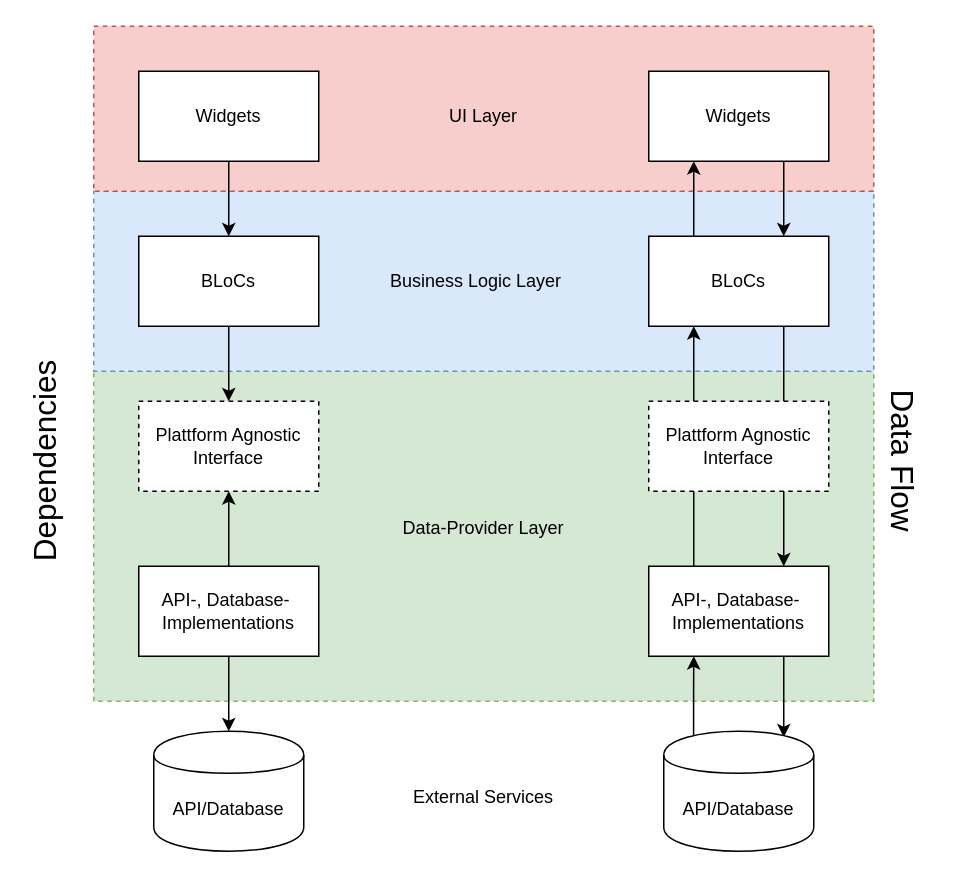
This is diagrams/bloc-my-layers.drawio from devonfw-forge/devon4flutter-non-bloc-arch, a draw.io file, before an edit. Source tidied: cells renumbered, new cells numbered last; positions are measured from the earlier drawing's top-left corner, leaving out a move shared by most shapes. Both pictures are drawn from the tidied source at 150%, with x=0, y=0 at pixel (-327, 26).
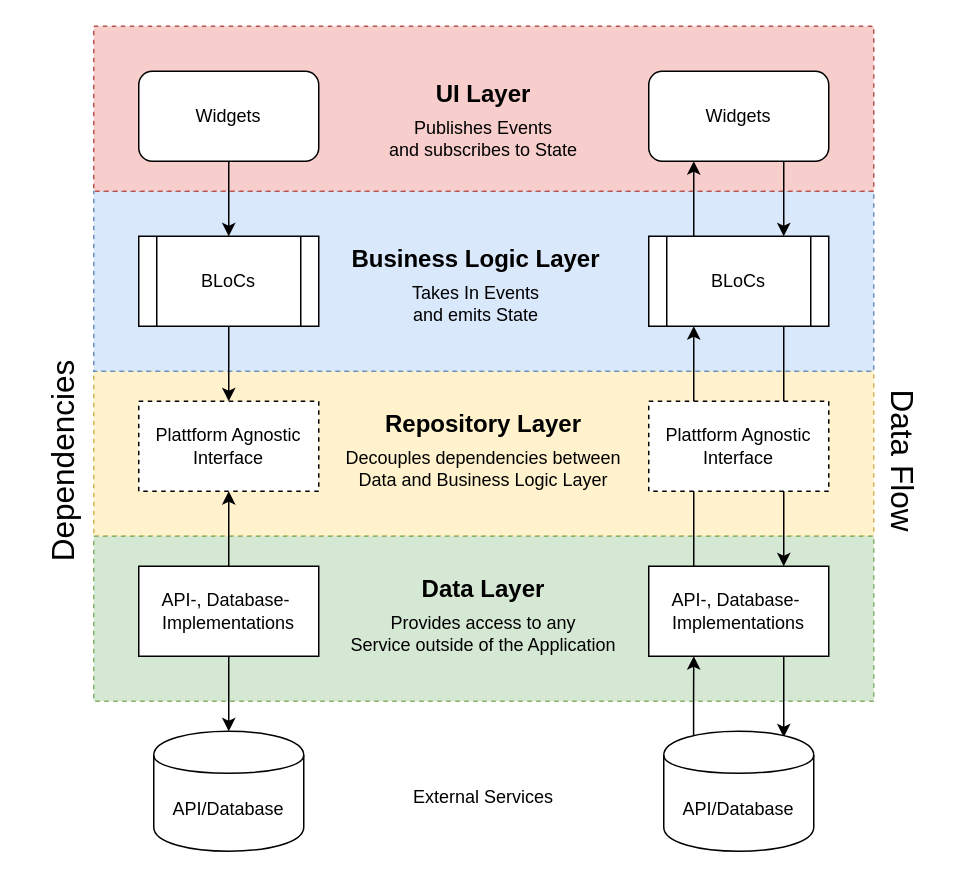
The same diagram, later.

The edit, as a diff of the source:
```diff
@@
+    <mxCell id="31" style="rounded=0;whiteSpace=wrap;html=1;fontSize=21;dashed=1;fillColor=#fff2cc;strokeColor=#d6b656;" parent="1" vertex="1">
+      <mxGeometry x="280" y="230" width="520" height="110" as="geometry" />
+    </mxCell>
+    <mxCell id="32" value="Repository Layer" style="text;html=1;strokeColor=none;fillColor=none;align=center;verticalAlign=middle;whiteSpace=wrap;rounded=0;fontStyle=1;fontSize=16;" parent="1" vertex="1">
+      <mxGeometry x="430" y="250" width="220" height="30" as="geometry" />
+    </mxCell>
     <mxCell id="2" style="rounded=0;whiteSpace=wrap;html=1;fontSize=21;dashed=1;fillColor=#d5e8d4;strokeColor=#82b366;" parent="1" vertex="1">
-      <mxGeometry x="280" y="230" width="520" height="220" as="geometry" />
+      <mxGeometry x="280" y="340" width="520" height="110" as="geometry" />
     </mxCell>
@@
-    <mxCell id="6" value="Widgets" style="rounded=0;whiteSpace=wrap;html=1;" parent="1" vertex="1">
+    <mxCell id="6" value="Widgets" style="rounded=1;whiteSpace=wrap;html=1;" parent="1" vertex="1">
       <mxGeometry x="310" y="30" width="120" height="60" as="geometry" />
     </mxCell>
@@
-    <mxCell id="8" value="BLoCs" style="rounded=0;whiteSpace=wrap;html=1;" parent="1" vertex="1">
+    <mxCell id="8" value="BLoCs" style="shape=process;whiteSpace=wrap;html=1;backgroundOutline=1;rounded=0;" parent="1" vertex="1">
       <mxGeometry x="310" y="140" width="120" height="60" as="geometry" />
     </mxCell>
@@
-    <mxCell id="13" value="UI Layer" style="text;html=1;strokeColor=none;fillColor=none;align=center;verticalAlign=middle;whiteSpace=wrap;rounded=0;" parent="1" vertex="1">
-      <mxGeometry x="430" y="50" width="220" height="20" as="geometry" />
+    <mxCell id="13" value="UI Layer" style="text;html=1;strokeColor=none;fillColor=none;align=center;verticalAlign=middle;whiteSpace=wrap;rounded=0;fontStyle=1;fontSize=16;" parent="1" vertex="1">
+      <mxGeometry x="430" y="30" width="220" height="30" as="geometry" />
     </mxCell>
-    <mxCell id="14" value="Business Logic Layer" style="text;html=1;strokeColor=none;fillColor=none;align=center;verticalAlign=middle;whiteSpace=wrap;rounded=0;" parent="1" vertex="1">
-      <mxGeometry x="430" y="160" width="210" height="20" as="geometry" />
+    <mxCell id="14" value="Business Logic Layer" style="text;html=1;strokeColor=none;fillColor=none;align=center;verticalAlign=middle;whiteSpace=wrap;rounded=0;fontStyle=1;fontSize=16;" parent="1" vertex="1">
+      <mxGeometry x="430" y="140" width="210" height="30" as="geometry" />
     </mxCell>
-    <mxCell id="15" value="Data-Provider Layer" style="text;html=1;strokeColor=none;fillColor=none;align=center;verticalAlign=middle;whiteSpace=wrap;rounded=0;" parent="1" vertex="1">
-      <mxGeometry x="430" y="270" width="220" height="130" as="geometry" />
+    <mxCell id="15" value="Data&amp;nbsp;Layer" style="text;html=1;strokeColor=none;fillColor=none;align=center;verticalAlign=middle;whiteSpace=wrap;rounded=0;fontStyle=1;fontSize=16;" parent="1" vertex="1">
+      <mxGeometry x="430" y="360" width="220" height="30" as="geometry" />
     </mxCell>
@@
-    <mxCell id="18" value="Widgets" style="rounded=0;whiteSpace=wrap;html=1;" parent="1" vertex="1">
+    <mxCell id="18" value="Widgets" style="rounded=1;whiteSpace=wrap;html=1;" parent="1" vertex="1">
       <mxGeometry x="650" y="30" width="120" height="60" as="geometry" />
     </mxCell>
@@
-    <mxCell id="21" value="BLoCs" style="rounded=0;whiteSpace=wrap;html=1;" parent="1" vertex="1">
+    <mxCell id="21" value="BLoCs" style="shape=process;whiteSpace=wrap;html=1;backgroundOutline=1;rounded=0;" parent="1" vertex="1">
       <mxGeometry x="650" y="140" width="120" height="60" as="geometry" />
     </mxCell>
@@
-    <mxCell id="28" value="Dependencies&lt;br style=&quot;font-size: 21px;&quot;&gt;&amp;nbsp;" style="text;html=1;strokeColor=none;fillColor=none;align=center;verticalAlign=middle;whiteSpace=wrap;rounded=0;rotation=-90;fontSize=21;" parent="1" vertex="1">
+    <mxCell id="28" value="Dependencies&lt;br style=&quot;font-size: 21px;&quot;&gt;&amp;nbsp;" style="text;html=1;strokeColor=none;fillColor=none;align=center;verticalAlign=top;whiteSpace=wrap;rounded=0;rotation=-90;fontSize=21;" parent="1" vertex="1">
       <mxGeometry y="270" width="520" height="40" as="geometry" />
     </mxCell>
@@
+    <mxCell id="33" value="Decouples dependencies between &lt;br&gt;Data and Business Logic Layer" style="text;html=1;strokeColor=none;fillColor=none;align=center;verticalAlign=middle;whiteSpace=wrap;rounded=0;" parent="1" vertex="1">
+      <mxGeometry x="430" y="280" width="220" height="30" as="geometry" />
+    </mxCell>
+    <mxCell id="34" value="Publishes Events &lt;br&gt;and subscribes to State" style="text;html=1;strokeColor=none;fillColor=none;align=center;verticalAlign=middle;whiteSpace=wrap;rounded=0;" parent="1" vertex="1">
+      <mxGeometry x="430" y="60" width="220" height="30" as="geometry" />
+    </mxCell>
+    <mxCell id="35" value="Takes In Events &lt;br&gt;and emits State" style="text;html=1;strokeColor=none;fillColor=none;align=center;verticalAlign=middle;whiteSpace=wrap;rounded=0;" parent="1" vertex="1">
+      <mxGeometry x="430" y="170" width="210" height="30" as="geometry" />
+    </mxCell>
+    <mxCell id="36" value="Provides access to any &lt;br&gt;Service outside of the Application" style="text;html=1;strokeColor=none;fillColor=none;align=center;verticalAlign=middle;whiteSpace=wrap;rounded=0;" parent="1" vertex="1">
+      <mxGeometry x="430" y="390" width="220" height="30" as="geometry" />
+    </mxCell>
```
